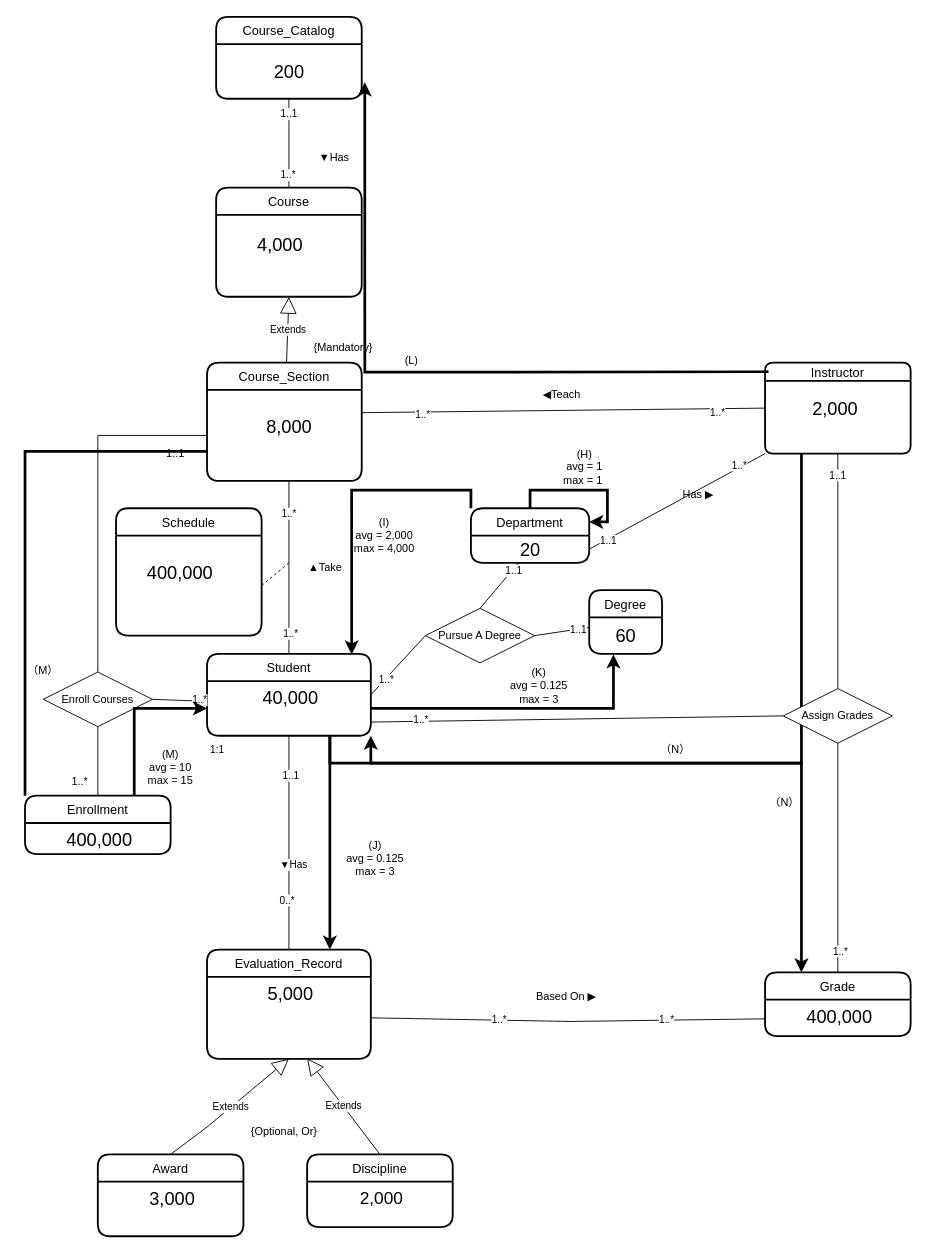
Earlier version of the draw.io diagram page "第 5 页" (5 of 7) of 未命名绘图2.drawio (bincute/iAmReadingBook). Source tidied: cells renumbered, new cells numbered last; positions are measured from the earlier drawing's top-left corner, leaving out a move shared by most shapes. Both pictures are drawn from the tidied source at 91%, with x=0, y=0 at pixel (15, 16).
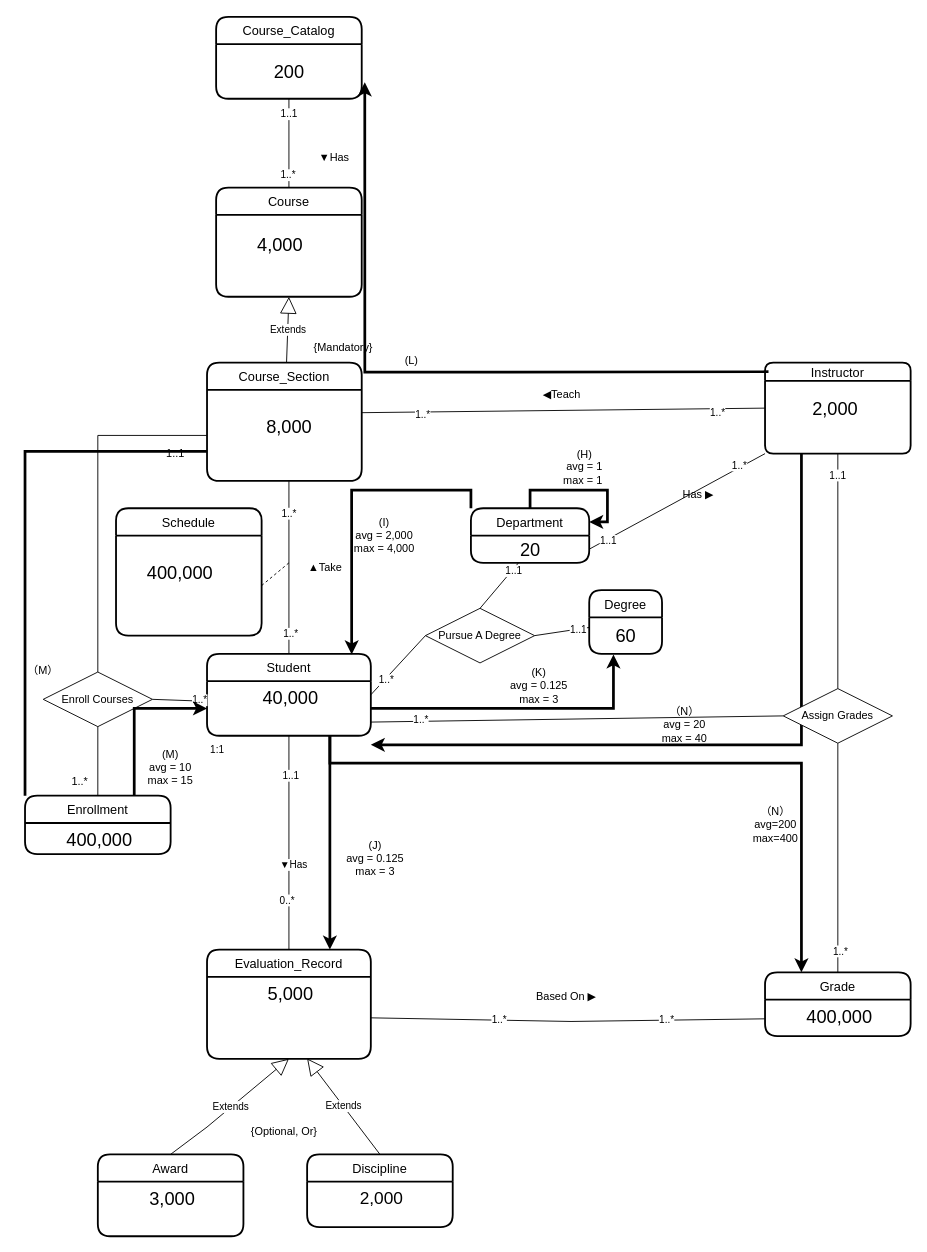
The same diagram, later.

The change refers to these unchanged cells:
```xml
<mxCell id="4" value="40,000" style="align=center;strokeColor=none;fillColor=none;spacingLeft=4;fontSize=20;verticalAlign=top;" parent="3" vertex="1">
  <mxGeometry y="30" width="180" height="60" as="geometry" />
</mxCell>
<mxCell id="6" value="Instructor" style="swimlane;horizontal=1;startSize=20;rounded=1;fontSize=14;fontStyle=0;strokeWidth=2;shadow=0;dashed=0;align=center;" parent="1" vertex="1">
  <mxGeometry x="823.2" y="380" width="160" height="100" as="geometry" />
</mxCell>
```

What changed in the source:
```diff
@@
-    <mxCell id="5" style="edgeStyle=elbowEdgeStyle;rounded=0;jettySize=auto;html=1;exitX=0.25;exitY=1;exitDx=0;exitDy=0;entryX=1;entryY=1;entryDx=0;entryDy=0;strokeWidth=3;elbow=vertical;" parent="1" edge="1" source="6" target="4">
+    <mxCell id="5" style="edgeStyle=elbowEdgeStyle;rounded=0;jettySize=auto;html=1;exitX=0.25;exitY=1;exitDx=0;exitDy=0;strokeWidth=3;elbow=vertical;" parent="1" edge="1" source="6">
       <mxGeometry relative="1" as="geometry">
+        <mxPoint x="390" y="800" as="targetPoint" />
         <Array as="points">
-          <mxPoint x="640" y="820" />
+          <mxPoint x="420" y="800" />
+          <mxPoint x="640" y="800" />
         </Array>
       </mxGeometry>
     </mxCell>
@@
-    <mxCell id="92" value="（N）" style="text;html=1;strokeColor=none;fillColor=none;align=center;verticalAlign=middle;whiteSpace=wrap;rounded=0;" parent="1" vertex="1">
-      <mxGeometry x="670" y="790" width="110" height="30" as="geometry" />
+    <mxCell id="92" value="（N）&lt;br&gt;avg = 20&lt;br&gt;max = 40&lt;br&gt;" style="text;html=1;strokeColor=none;fillColor=none;align=center;verticalAlign=middle;whiteSpace=wrap;rounded=0;" parent="1" vertex="1">
+      <mxGeometry x="680" y="758.2" width="110" height="40" as="geometry" />
     </mxCell>
@@
-    <mxCell id="97" value="（N）" style="text;html=1;strokeColor=none;fillColor=none;align=center;verticalAlign=middle;whiteSpace=wrap;rounded=0;" parent="1" vertex="1">
-      <mxGeometry x="790" y="849" width="110" height="30" as="geometry" />
+    <mxCell id="97" value="（N）&lt;br&gt;avg=200&lt;br&gt;max=400" style="text;html=1;strokeColor=none;fillColor=none;align=center;verticalAlign=middle;whiteSpace=wrap;rounded=0;" parent="1" vertex="1">
+      <mxGeometry x="780" y="872.9" width="110" height="30" as="geometry" />
     </mxCell>
```
